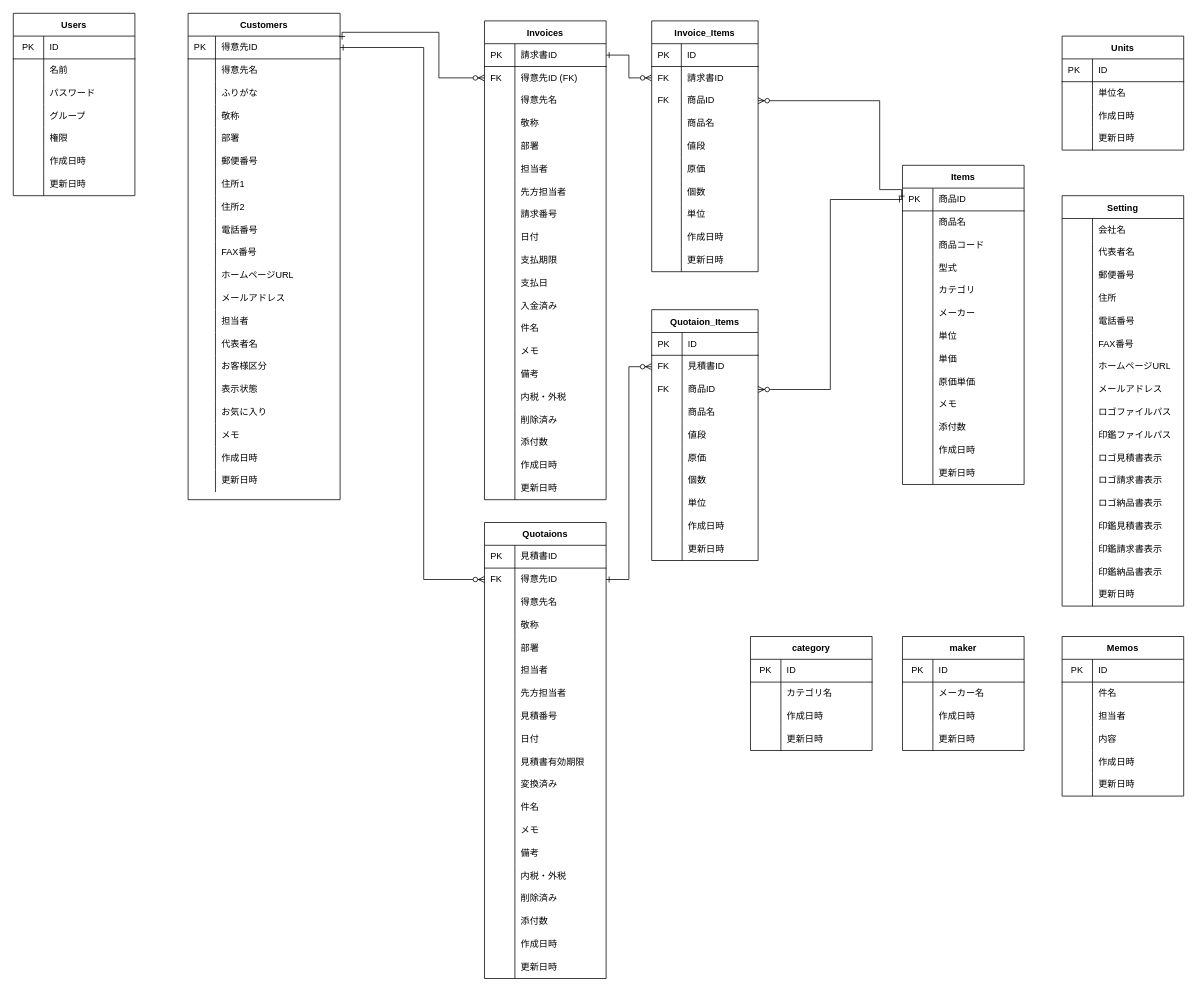
The draw.io diagram soho_er.dio in gamasenninn/caddie-clone, before the edit. Source tidied: cells renumbered, new cells numbered last; positions are measured from the earlier drawing's top-left corner, leaving out a move shared by most shapes. Both pictures are drawn from the tidied source at 76%, with x=0, y=0 at pixel (13, 13).
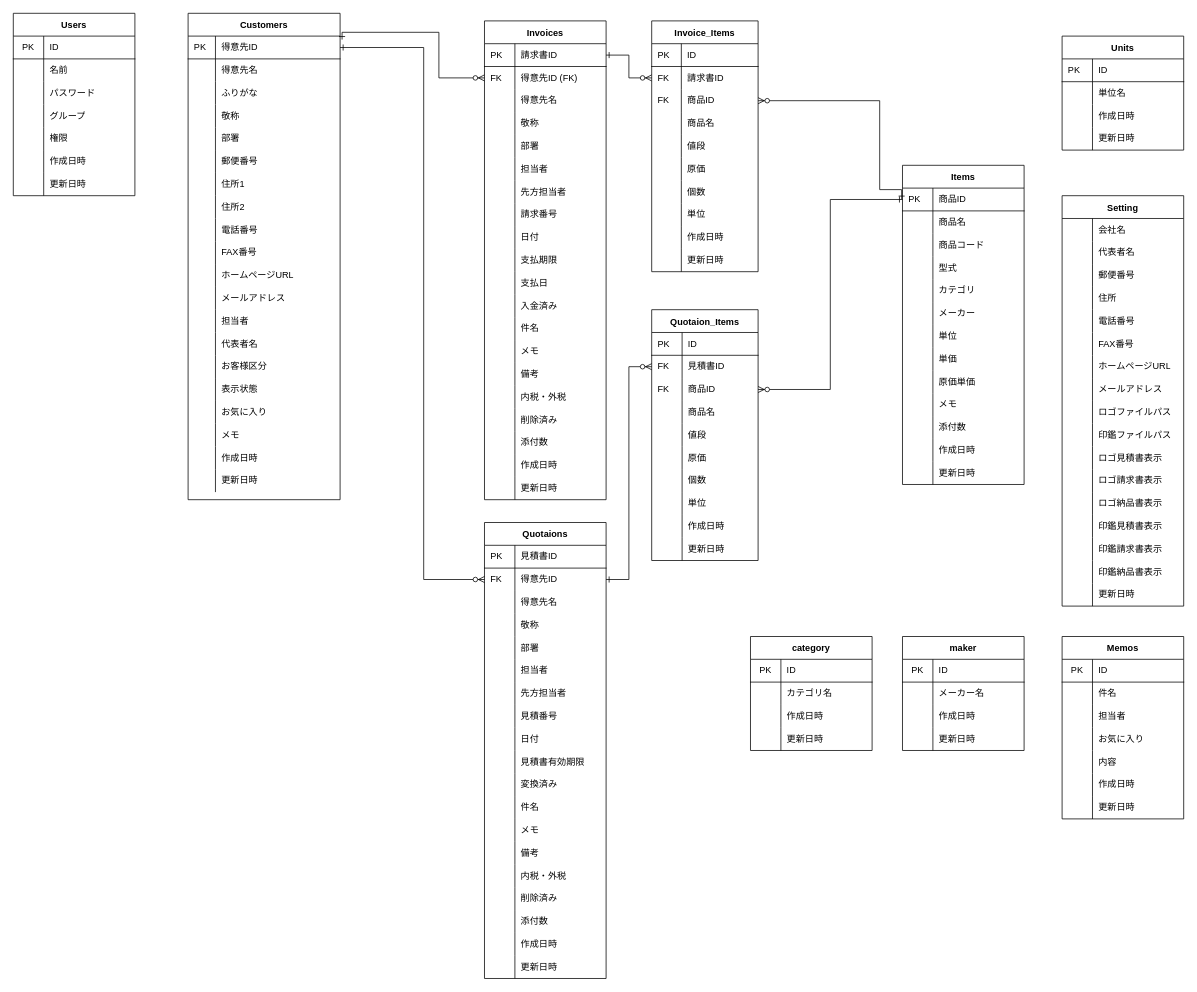
After the change.

The edit, as a diff of the source:
```diff
@@
     <mxCell id="355" value="Memos" style="shape=table;startSize=30;childLayout=tableLayout;rowLines=0;fontStyle=1;align=center;" parent="1" vertex="1">
-      <mxGeometry x="1380" y="820" width="160" height="210" as="geometry" />
+      <mxGeometry x="1380" y="820" width="160" height="240" as="geometry" />
     </mxCell>
@@
+    <mxCell id="422" style="shape=partialRectangle;html=1;whiteSpace=wrap;fillColor=none;top=0;left=0;bottom=0;right=0;" parent="355" vertex="1">
+      <mxGeometry y="120" width="160" height="30" as="geometry" />
+    </mxCell>
+    <mxCell id="423" style="shape=partialRectangle;html=1;whiteSpace=wrap;fillColor=none;top=0;left=0;bottom=0;right=0;overflow=hidden;" parent="422" vertex="1">
+      <mxGeometry width="40" height="30" as="geometry" />
+    </mxCell>
+    <mxCell id="424" value="お気に入り" style="shape=partialRectangle;html=1;whiteSpace=wrap;fillColor=none;top=0;left=0;bottom=0;right=0;align=left;spacingLeft=6;overflow=hidden;" parent="422" vertex="1">
+      <mxGeometry x="40" width="120" height="30" as="geometry" />
+    </mxCell>
     <mxCell id="365" style="shape=partialRectangle;html=1;whiteSpace=wrap;fillColor=none;top=0;left=0;bottom=0;right=0;" parent="355" vertex="1">
-      <mxGeometry y="120" width="160" height="30" as="geometry" />
+      <mxGeometry y="150" width="160" height="30" as="geometry" />
     </mxCell>
@@
     <mxCell id="368" style="shape=partialRectangle;html=1;whiteSpace=wrap;fillColor=none;top=0;left=0;bottom=0;right=0;" parent="355" vertex="1">
-      <mxGeometry y="150" width="160" height="30" as="geometry" />
+      <mxGeometry y="180" width="160" height="30" as="geometry" />
     </mxCell>
@@
     <mxCell id="371" style="shape=partialRectangle;html=1;whiteSpace=wrap;fillColor=none;top=0;left=0;bottom=0;right=0;" parent="355" vertex="1">
-      <mxGeometry y="180" width="160" height="30" as="geometry" />
+      <mxGeometry y="210" width="160" height="30" as="geometry" />
     </mxCell>
```
